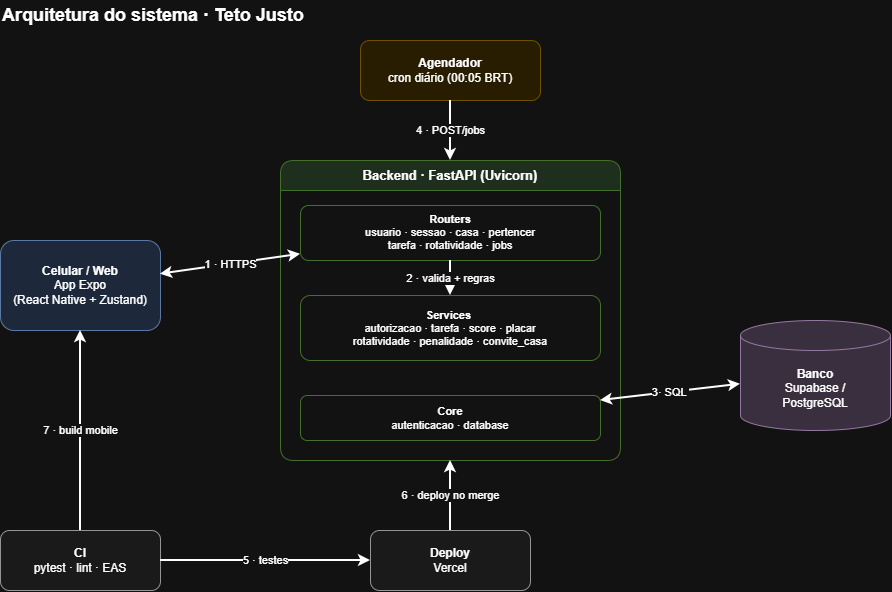
This is diagrama_arquitetura_teto_justo.drawio.png from Thiago-Heleno/teto_justo_app, a draw.io export, as it was before one commit. Source tidied: cells renumbered, new cells last; positions are measured from the earlier drawing's top-left corner, leaving out a move shared by most shapes. The source it was exported from:
```xml
<mxGraphModel>
  <root>
    <mxCell id="0" />
    <mxCell id="1" parent="0" />
    <mxCell id="2" value="Arquitetura do sistema · Teto Justo" style="text;html=1;fontSize=18;fontStyle=1;align=left;verticalAlign=middle;" parent="1" vertex="1">
      <mxGeometry width="420" height="30" as="geometry" />
    </mxCell>
    <mxCell id="3" value="&lt;b&gt;Celular / Web&lt;/b&gt;&lt;br&gt;App Expo&lt;br&gt;(React Native + Zustand)" style="rounded=1;whiteSpace=wrap;html=1;fillColor=#dae8fc;strokeColor=#6c8ebf;fontSize=12;" parent="1" vertex="1">
      <mxGeometry y="240" width="160" height="90" as="geometry" />
    </mxCell>
    <mxCell id="4" value="&lt;b&gt;Agendador&lt;/b&gt;&lt;br&gt;cron diário (00:05 BRT)" style="rounded=1;whiteSpace=wrap;html=1;fillColor=#fff2cc;strokeColor=#d6b656;fontSize=12;" parent="1" vertex="1">
      <mxGeometry x="360" y="40" width="180" height="60" as="geometry" />
    </mxCell>
    <mxCell id="5" value="Backend · FastAPI (Uvicorn)" style="swimlane;whiteSpace=wrap;html=1;rounded=1;fillColor=#d5e8d4;strokeColor=#82b366;fontStyle=1;fontSize=13;startSize=30;" parent="1" vertex="1">
      <mxGeometry x="280" y="160" width="340" height="300" as="geometry" />
    </mxCell>
    <mxCell id="6" value="&lt;b&gt;Routers&lt;/b&gt;&lt;br&gt;usuario · sessao · casa · pertencer&lt;br&gt;tarefa · rotatividade · jobs" style="rounded=1;whiteSpace=wrap;html=1;fillColor=#ffffff;strokeColor=#82b366;fontSize=11;" parent="5" vertex="1">
      <mxGeometry x="20" y="45" width="300" height="55" as="geometry" />
    </mxCell>
    <mxCell id="7" value="&lt;b&gt;Services&amp;nbsp;&lt;/b&gt;&lt;br&gt;autorizacao · tarefa · score · placar&lt;br&gt;rotatividade · penalidade · convite_casa" style="rounded=1;whiteSpace=wrap;html=1;fillColor=#ffffff;strokeColor=#82b366;fontSize=11;" parent="5" vertex="1">
      <mxGeometry x="20" y="135" width="300" height="65" as="geometry" />
    </mxCell>
    <mxCell id="8" value="&lt;b&gt;Core&lt;/b&gt;&lt;br&gt;autenticacao · database" style="rounded=1;whiteSpace=wrap;html=1;fillColor=#ffffff;strokeColor=#82b366;fontSize=11;" parent="5" vertex="1">
      <mxGeometry x="20" y="235" width="300" height="45" as="geometry" />
    </mxCell>
    <mxCell id="9" value="&lt;b&gt;Banco&lt;/b&gt;&lt;br&gt;Supabase /&lt;br&gt;PostgreSQL" style="shape=cylinder3;whiteSpace=wrap;html=1;boundedLbl=1;backgroundOutline=1;size=15;fillColor=#e1d5e7;strokeColor=#9673a6;fontSize=12;" parent="1" vertex="1">
      <mxGeometry x="740" y="320" width="150" height="110" as="geometry" />
    </mxCell>
    <mxCell id="10" value="&lt;b&gt;CI&lt;/b&gt;&lt;br&gt;pytest · lint · EAS" style="rounded=1;whiteSpace=wrap;html=1;fillColor=#f5f5f5;strokeColor=#666666;fontSize=12;" parent="1" vertex="1">
      <mxGeometry y="530" width="160" height="60" as="geometry" />
    </mxCell>
    <mxCell id="11" value="&lt;b&gt;Deploy&lt;/b&gt;&lt;br&gt;Vercel" style="rounded=1;whiteSpace=wrap;html=1;fillColor=#f5f5f5;strokeColor=#666666;fontSize=12;" parent="1" vertex="1">
      <mxGeometry x="370" y="530" width="160" height="60" as="geometry" />
    </mxCell>
    <mxCell id="12" value="1 · HTTPS" style="endArrow=classic;startArrow=classic;html=1;rounded=0;strokeWidth=2;labelBackgroundColor=#ffffff;" parent="1" edge="1" source="3" target="6">
      <mxGeometry relative="1" as="geometry" />
    </mxCell>
    <mxCell id="13" value="2 · valida + regras" style="endArrow=classic;html=1;rounded=0;strokeWidth=2;labelBackgroundColor=#ffffff;" parent="1" edge="1" source="6" target="7">
      <mxGeometry relative="1" as="geometry" />
    </mxCell>
    <mxCell id="14" value="3&lt;span style=&quot;background-color: light-dark(rgb(255, 255, 255), rgb(18, 18, 18)); color: light-dark(rgb(0, 0, 0), rgb(255, 255, 255));&quot;&gt;· SQL&amp;nbsp;&lt;/span&gt;" style="endArrow=classic;startArrow=classic;html=1;rounded=0;strokeWidth=2;labelBackgroundColor=#ffffff;" parent="1" edge="1" source="8" target="9">
      <mxGeometry relative="1" as="geometry" />
    </mxCell>
    <mxCell id="15" value="4 · POST/jobs" style="endArrow=classic;html=1;rounded=0;strokeWidth=2;labelBackgroundColor=#ffffff;" parent="1" edge="1" source="4" target="5">
      <mxGeometry relative="1" as="geometry" />
    </mxCell>
    <mxCell id="16" value="5&amp;nbsp;&lt;span style=&quot;background-color: light-dark(rgb(255, 255, 255), rgb(18, 18, 18)); color: light-dark(rgb(0, 0, 0), rgb(255, 255, 255));&quot;&gt;· testes&lt;/span&gt;" style="endArrow=classic;html=1;rounded=0;strokeWidth=2;labelBackgroundColor=#ffffff;" parent="1" edge="1" source="10" target="11">
      <mxGeometry relative="1" as="geometry" />
    </mxCell>
    <mxCell id="17" value="6 · deploy no merge" style="endArrow=classic;html=1;rounded=0;strokeWidth=2;labelBackgroundColor=#ffffff;" parent="1" edge="1" source="11" target="5">
      <mxGeometry relative="1" as="geometry" />
    </mxCell>
    <mxCell id="18" value="7 · build mobile" style="endArrow=classic;html=1;rounded=0;strokeWidth=2;labelBackgroundColor=#ffffff;" parent="1" edge="1" source="10" target="3">
      <mxGeometry relative="1" as="geometry" />
    </mxCell>
  </root>
</mxGraphModel>
```
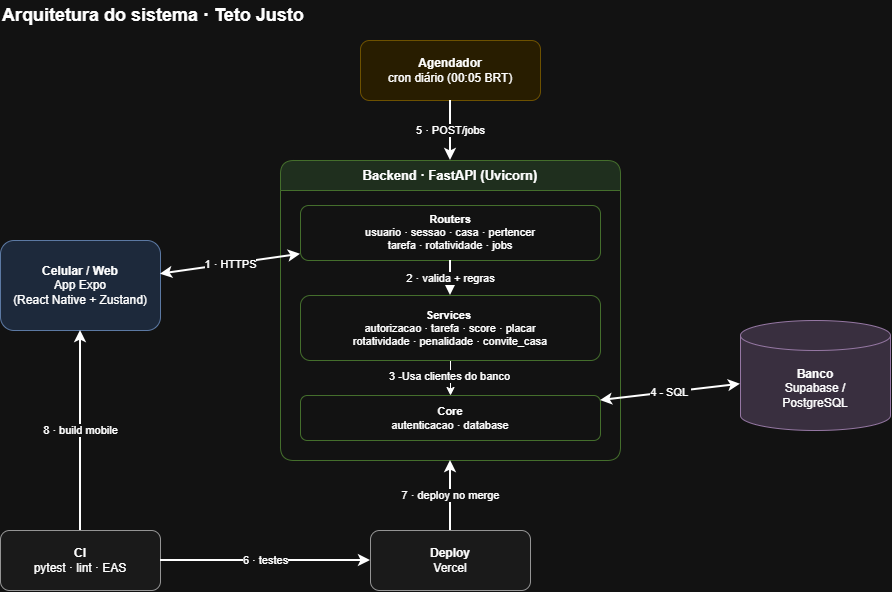
After the change.

Commit message:
alterei o diagrama

The edit, as a diff of the source:
```diff
@@ -17,6 +17,12 @@
     <mxCell id="6" value="&lt;b&gt;Routers&lt;/b&gt;&lt;br&gt;usuario · sessao · casa · pertencer&lt;br&gt;tarefa · rotatividade · jobs" style="rounded=1;whiteSpace=wrap;html=1;fillColor=#ffffff;strokeColor=#82b366;fontSize=11;" parent="5" vertex="1">
       <mxGeometry x="20" y="45" width="300" height="55" as="geometry" />
     </mxCell>
+    <mxCell id="19" style="edgeStyle=orthogonalEdgeStyle;rounded=0;jettySize=auto;html=1;" parent="5" edge="1" source="7" target="8">
+      <mxGeometry relative="1" as="geometry" />
+    </mxCell>
+    <mxCell id="20" value="3 -Usa clientes do banco" style="edgeLabel;html=1;align=center;verticalAlign=middle;" parent="19" vertex="1">
+      <mxGeometry x="0.12" y="-2" relative="1" as="geometry" />
+    </mxCell>
     <mxCell id="7" value="&lt;b&gt;Services&amp;nbsp;&lt;/b&gt;&lt;br&gt;autorizacao · tarefa · score · placar&lt;br&gt;rotatividade · penalidade · convite_casa" style="rounded=1;whiteSpace=wrap;html=1;fillColor=#ffffff;strokeColor=#82b366;fontSize=11;" parent="5" vertex="1">
       <mxGeometry x="20" y="135" width="300" height="65" as="geometry" />
     </mxCell>
@@ -38,19 +44,19 @@
     <mxCell id="13" value="2 · valida + regras" style="endArrow=classic;html=1;rounded=0;strokeWidth=2;labelBackgroundColor=#ffffff;" parent="1" edge="1" source="6" target="7">
       <mxGeometry relative="1" as="geometry" />
     </mxCell>
-    <mxCell id="14" value="3&lt;span style=&quot;background-color: light-dark(rgb(255, 255, 255), rgb(18, 18, 18)); color: light-dark(rgb(0, 0, 0), rgb(255, 255, 255));&quot;&gt;· SQL&amp;nbsp;&lt;/span&gt;" style="endArrow=classic;startArrow=classic;html=1;rounded=0;strokeWidth=2;labelBackgroundColor=#ffffff;" parent="1" edge="1" source="8" target="9">
+    <mxCell id="14" value="&lt;span style=&quot;background-color: light-dark(rgb(255, 255, 255), rgb(18, 18, 18)); color: light-dark(rgb(0, 0, 0), rgb(255, 255, 255));&quot;&gt;4 - SQL&amp;nbsp;&lt;/span&gt;" style="endArrow=classic;startArrow=classic;html=1;rounded=0;strokeWidth=2;labelBackgroundColor=#ffffff;" parent="1" edge="1" source="8" target="9">
       <mxGeometry relative="1" as="geometry" />
     </mxCell>
-    <mxCell id="15" value="4 · POST/jobs" style="endArrow=classic;html=1;rounded=0;strokeWidth=2;labelBackgroundColor=#ffffff;" parent="1" edge="1" source="4" target="5">
+    <mxCell id="15" value="5 · POST/jobs" style="endArrow=classic;html=1;rounded=0;strokeWidth=2;labelBackgroundColor=#ffffff;" parent="1" edge="1" source="4" target="5">
       <mxGeometry relative="1" as="geometry" />
     </mxCell>
-    <mxCell id="16" value="5&amp;nbsp;&lt;span style=&quot;background-color: light-dark(rgb(255, 255, 255), rgb(18, 18, 18)); color: light-dark(rgb(0, 0, 0), rgb(255, 255, 255));&quot;&gt;· testes&lt;/span&gt;" style="endArrow=classic;html=1;rounded=0;strokeWidth=2;labelBackgroundColor=#ffffff;" parent="1" edge="1" source="10" target="11">
+    <mxCell id="16" value="6&amp;nbsp;&lt;span style=&quot;background-color: light-dark(rgb(255, 255, 255), rgb(18, 18, 18)); color: light-dark(rgb(0, 0, 0), rgb(255, 255, 255));&quot;&gt;· testes&lt;/span&gt;" style="endArrow=classic;html=1;rounded=0;strokeWidth=2;labelBackgroundColor=#ffffff;" parent="1" edge="1" source="10" target="11">
       <mxGeometry relative="1" as="geometry" />
     </mxCell>
-    <mxCell id="17" value="6 · deploy no merge" style="endArrow=classic;html=1;rounded=0;strokeWidth=2;labelBackgroundColor=#ffffff;" parent="1" edge="1" source="11" target="5">
+    <mxCell id="17" value="7 · deploy no merge" style="endArrow=classic;html=1;rounded=0;strokeWidth=2;labelBackgroundColor=#ffffff;" parent="1" edge="1" source="11" target="5">
       <mxGeometry relative="1" as="geometry" />
     </mxCell>
-    <mxCell id="18" value="7 · build mobile" style="endArrow=classic;html=1;rounded=0;strokeWidth=2;labelBackgroundColor=#ffffff;" parent="1" edge="1" source="10" target="3">
+    <mxCell id="18" value="8 · build mobile" style="endArrow=classic;html=1;rounded=0;strokeWidth=2;labelBackgroundColor=#ffffff;" parent="1" edge="1" source="10" target="3">
       <mxGeometry relative="1" as="geometry" />
     </mxCell>
   </root>
```
